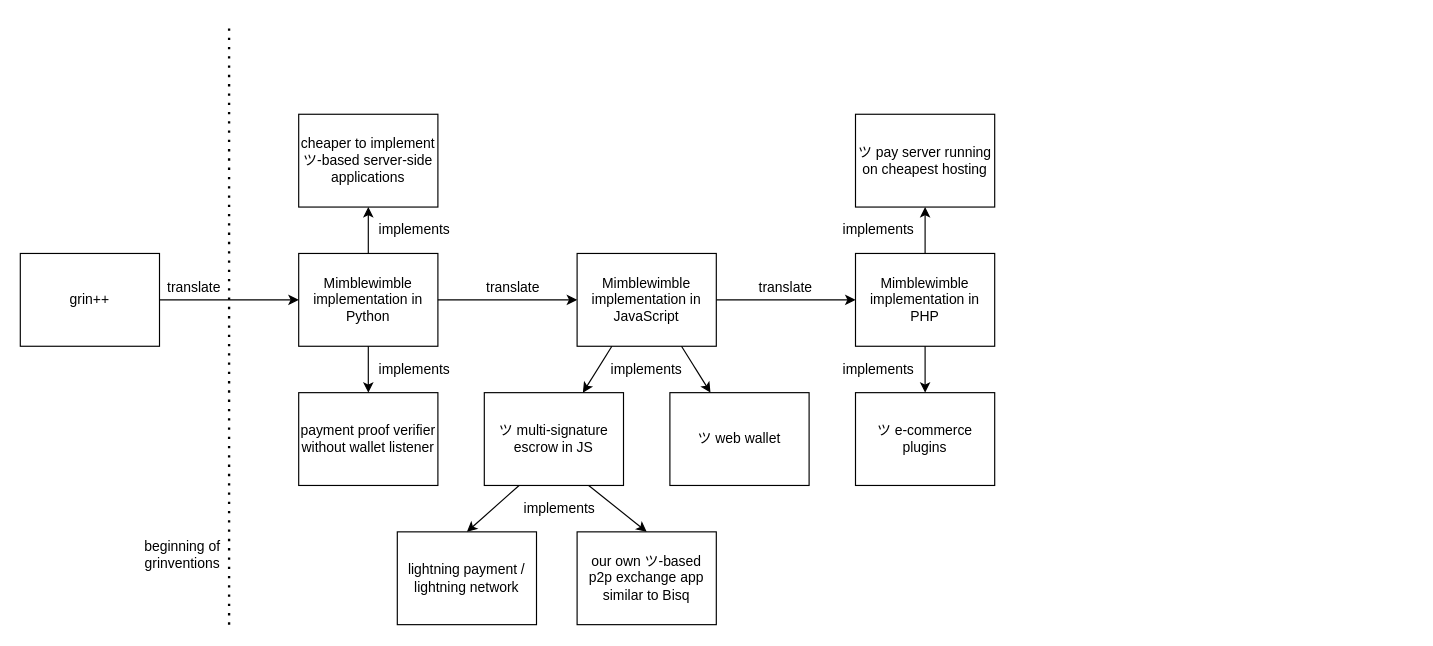
The draw.io diagram graphics/grinventions.drawio in grinventions/about, before the edit. Source tidied: cells renumbered, new cells numbered last; positions are measured from the earlier drawing's top-left corner, leaving out a move shared by most shapes. Both pictures are drawn from the tidied source at 116%, with x=0, y=0 at pixel (20, 21).
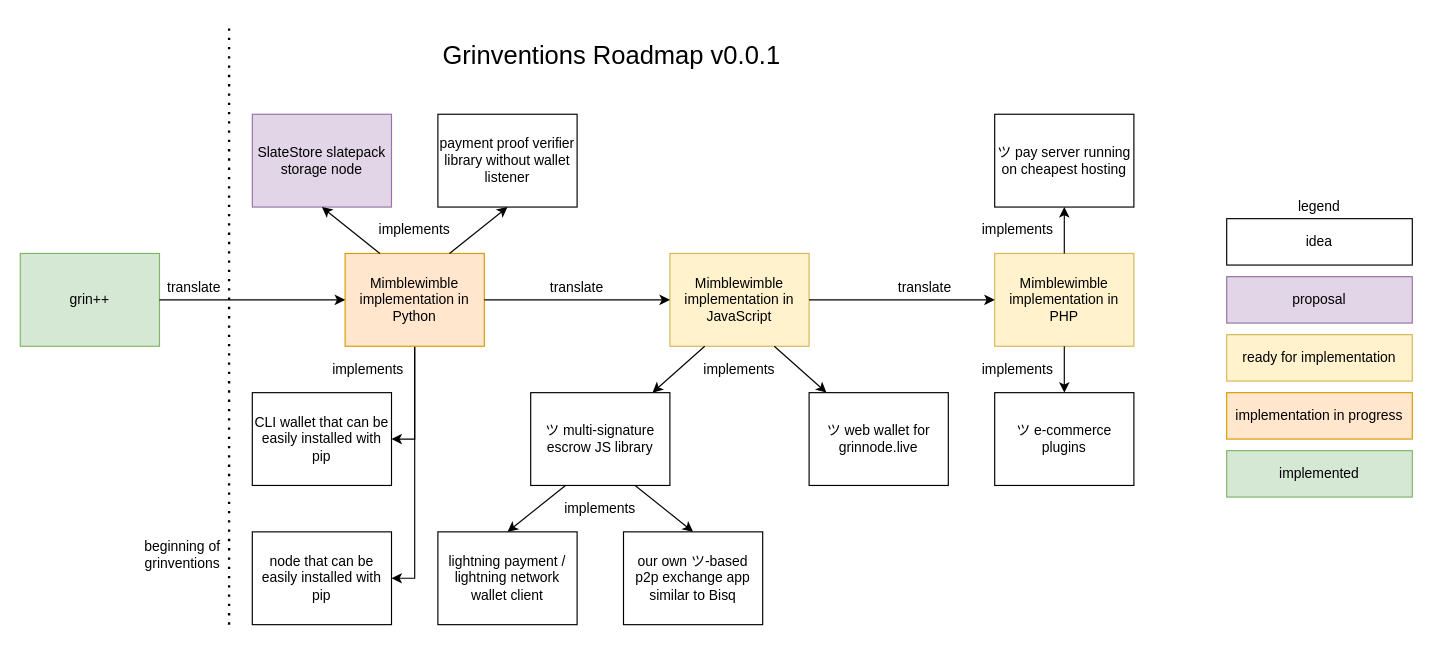
After the change.

Change to the diagram source:
```diff
@@
-    <mxCell id="2" value="grin++" style="rounded=0;whiteSpace=wrap;html=1;" parent="1" vertex="1">
+    <mxCell id="2" value="grin++" style="rounded=0;whiteSpace=wrap;html=1;fillColor=#d5e8d4;strokeColor=#82b366;" parent="1" vertex="1">
       <mxGeometry y="200" width="120" height="80" as="geometry" />
     </mxCell>
@@
+    <mxCell id="36" style="edgeStyle=orthogonalEdgeStyle;rounded=0;jettySize=auto;html=1;exitX=0.5;exitY=1;exitDx=0;exitDy=0;entryX=1;entryY=0.5;entryDx=0;entryDy=0;" parent="1" edge="1" source="5" target="44">
+      <mxGeometry relative="1" as="geometry" />
+    </mxCell>
+    <mxCell id="37" style="edgeStyle=orthogonalEdgeStyle;rounded=0;jettySize=auto;html=1;exitX=0.5;exitY=1;exitDx=0;exitDy=0;entryX=1;entryY=0.5;entryDx=0;entryDy=0;" parent="1" edge="1" source="5" target="45">
+      <mxGeometry relative="1" as="geometry" />
+    </mxCell>
-    <mxCell id="5" value="Mimblewimble implementation in Python" style="rounded=0;whiteSpace=wrap;html=1;" parent="1" vertex="1">
-      <mxGeometry x="240" y="200" width="120" height="80" as="geometry" />
+    <mxCell id="5" value="Mimblewimble implementation in Python" style="rounded=0;whiteSpace=wrap;html=1;fillColor=#ffe6cc;strokeColor=#d79b00;" parent="1" vertex="1">
+      <mxGeometry x="280" y="200" width="120" height="80" as="geometry" />
     </mxCell>
-    <mxCell id="6" value="Mimblewimble implementation in JavaScript" style="rounded=0;whiteSpace=wrap;html=1;" parent="1" vertex="1">
-      <mxGeometry x="480" y="200" width="120" height="80" as="geometry" />
+    <mxCell id="6" value="Mimblewimble implementation in JavaScript" style="rounded=0;whiteSpace=wrap;html=1;fillColor=#fff2cc;strokeColor=#d6b656;" parent="1" vertex="1">
+      <mxGeometry x="560" y="200" width="120" height="80" as="geometry" />
     </mxCell>
-    <mxCell id="7" value="Mimblewimble implementation in PHP" style="rounded=0;whiteSpace=wrap;html=1;" parent="1" vertex="1">
-      <mxGeometry x="720" y="200" width="120" height="80" as="geometry" />
+    <mxCell id="7" value="Mimblewimble implementation in PHP" style="rounded=0;whiteSpace=wrap;html=1;fillColor=#fff2cc;strokeColor=#d6b656;" parent="1" vertex="1">
+      <mxGeometry x="840" y="200" width="120" height="80" as="geometry" />
     </mxCell>
@@
-    <mxCell id="9" style="endArrow=classic;html=1;exitX=1;exitY=0.5;exitDx=0;exitDy=0;entryX=0;entryY=0.5;entryDx=0;entryDy=0;" parent="1" edge="1" target="6">
-      <mxGeometry relative="1" as="geometry">
-        <mxPoint x="360" y="240" as="sourcePoint" />
-      </mxGeometry>
+    <mxCell id="9" style="endArrow=classic;html=1;entryX=0;entryY=0.5;entryDx=0;entryDy=0;exitX=1;exitY=0.5;exitDx=0;exitDy=0;" parent="1" edge="1" source="5" target="6">
+      <mxGeometry relative="1" as="geometry" />
     </mxCell>
@@
     <mxCell id="12" value="translate" style="text;html=1;strokeColor=none;fillColor=none;align=center;verticalAlign=middle;whiteSpace=wrap;rounded=0;" parent="1" vertex="1">
-      <mxGeometry x="405" y="220" width="40" height="20" as="geometry" />
+      <mxGeometry x="460" y="220" width="40" height="20" as="geometry" />
     </mxCell>
     <mxCell id="13" value="translate" style="text;html=1;strokeColor=none;fillColor=none;align=center;verticalAlign=middle;whiteSpace=wrap;rounded=0;" parent="1" vertex="1">
-      <mxGeometry x="640" y="220" width="40" height="20" as="geometry" />
+      <mxGeometry x="760" y="220" width="40" height="20" as="geometry" />
     </mxCell>
-    <mxCell id="14" value="ツ multi-signature escrow in JS" style="rounded=0;whiteSpace=wrap;html=1;" parent="1" vertex="1">
-      <mxGeometry x="400" y="320" width="120" height="80" as="geometry" />
+    <mxCell id="14" value="ツ multi-signature escrow JS library" style="rounded=0;whiteSpace=wrap;html=1;" parent="1" vertex="1">
+      <mxGeometry x="440" y="320" width="120" height="80" as="geometry" />
     </mxCell>
-    <mxCell id="15" value="ツ web wallet" style="rounded=0;whiteSpace=wrap;html=1;" parent="1" vertex="1">
-      <mxGeometry x="560" y="320" width="120" height="80" as="geometry" />
+    <mxCell id="15" value="ツ web wallet for grinnode.live" style="rounded=0;whiteSpace=wrap;html=1;" parent="1" vertex="1">
+      <mxGeometry x="680" y="320" width="120" height="80" as="geometry" />
     </mxCell>
-    <mxCell id="16" value="payment proof verifier without wallet listener" style="rounded=0;whiteSpace=wrap;html=1;" parent="1" vertex="1">
-      <mxGeometry x="240" y="320" width="120" height="80" as="geometry" />
+    <mxCell id="16" value="payment proof verifier library without wallet listener" style="rounded=0;whiteSpace=wrap;html=1;" parent="1" vertex="1">
+      <mxGeometry x="360" y="80" width="120" height="80" as="geometry" />
     </mxCell>
-    <mxCell id="17" style="endArrow=classic;html=1;exitX=0.5;exitY=1;exitDx=0;exitDy=0;entryX=0.5;entryY=0;entryDx=0;entryDy=0;" parent="1" edge="1" source="5" target="16">
-      <mxGeometry relative="1" as="geometry" />
+    <mxCell id="17" style="endArrow=classic;html=1;entryX=0.5;entryY=1;entryDx=0;entryDy=0;" parent="1" edge="1" target="16">
+      <mxGeometry relative="1" as="geometry">
+        <mxPoint x="370" y="200" as="sourcePoint" />
+      </mxGeometry>
     </mxCell>
@@
     <mxCell id="20" value="ツ e-commerce plugins" style="rounded=0;whiteSpace=wrap;html=1;" parent="1" vertex="1">
-      <mxGeometry x="720" y="320" width="120" height="80" as="geometry" />
+      <mxGeometry x="840" y="320" width="120" height="80" as="geometry" />
     </mxCell>
@@
     <mxCell id="22" value="ツ pay server running on cheapest hosting" style="rounded=0;whiteSpace=wrap;html=1;" parent="1" vertex="1">
-      <mxGeometry x="720" y="80" width="120" height="80" as="geometry" />
+      <mxGeometry x="840" y="80" width="120" height="80" as="geometry" />
     </mxCell>
@@
     <mxCell id="24" value="our own ツ-based p2p exchange app similar to Bisq" style="rounded=0;whiteSpace=wrap;html=1;" parent="1" vertex="1">
-      <mxGeometry x="480" y="440" width="120" height="80" as="geometry" />
+      <mxGeometry x="520" y="440" width="120" height="80" as="geometry" />
     </mxCell>
@@
     <mxCell id="26" value="implements" style="text;html=1;strokeColor=none;fillColor=none;align=center;verticalAlign=middle;whiteSpace=wrap;rounded=0;" parent="1" vertex="1">
-      <mxGeometry x="320" y="290" width="40" height="20" as="geometry" />
+      <mxGeometry x="280" y="290" width="40" height="20" as="geometry" />
     </mxCell>
     <mxCell id="27" value="implements" style="text;html=1;strokeColor=none;fillColor=none;align=center;verticalAlign=middle;whiteSpace=wrap;rounded=0;" parent="1" vertex="1">
-      <mxGeometry x="520" y="290" width="40" height="20" as="geometry" />
+      <mxGeometry x="600" y="290" width="40" height="20" as="geometry" />
     </mxCell>
     <mxCell id="28" value="implements" style="text;html=1;strokeColor=none;fillColor=none;align=center;verticalAlign=middle;whiteSpace=wrap;rounded=0;" parent="1" vertex="1">
-      <mxGeometry x="445" y="410" width="40" height="20" as="geometry" />
+      <mxGeometry x="480" y="410" width="40" height="20" as="geometry" />
     </mxCell>
     <mxCell id="29" value="implements" style="text;html=1;strokeColor=none;fillColor=none;align=center;verticalAlign=middle;whiteSpace=wrap;rounded=0;" parent="1" vertex="1">
-      <mxGeometry x="720" y="170" width="40" height="20" as="geometry" />
+      <mxGeometry x="840" y="170" width="40" height="20" as="geometry" />
     </mxCell>
     <mxCell id="30" value="implements" style="text;html=1;strokeColor=none;fillColor=none;align=center;verticalAlign=middle;whiteSpace=wrap;rounded=0;" parent="1" vertex="1">
-      <mxGeometry x="720" y="290" width="40" height="20" as="geometry" />
+      <mxGeometry x="840" y="290" width="40" height="20" as="geometry" />
     </mxCell>
-    <mxCell id="31" value="cheaper to implement ツ-based server-side applications" style="rounded=0;whiteSpace=wrap;html=1;" parent="1" vertex="1">
-      <mxGeometry x="240" y="80" width="120" height="80" as="geometry" />
+    <mxCell id="31" value="SlateStore slatepack storage node" style="rounded=0;whiteSpace=wrap;html=1;fillColor=#e1d5e7;strokeColor=#9673a6;" parent="1" vertex="1">
+      <mxGeometry x="200" y="80" width="120" height="80" as="geometry" />
     </mxCell>
-    <mxCell id="32" style="endArrow=classic;html=1;exitX=0.5;exitY=0;exitDx=0;exitDy=0;entryX=0.5;entryY=1;entryDx=0;entryDy=0;" parent="1" edge="1" source="5" target="31">
+    <mxCell id="32" style="endArrow=classic;html=1;exitX=0.25;exitY=0;exitDx=0;exitDy=0;entryX=0.5;entryY=1;entryDx=0;entryDy=0;" parent="1" edge="1" source="5" target="31">
       <mxGeometry relative="1" as="geometry" />
     </mxCell>
@@
-    <mxCell id="34" value="lightning payment / lightning network" style="rounded=0;whiteSpace=wrap;html=1;" parent="1" vertex="1">
-      <mxGeometry x="325" y="440" width="120" height="80" as="geometry" />
+    <mxCell id="34" value="lightning payment / lightning network wallet client" style="rounded=0;whiteSpace=wrap;html=1;" parent="1" vertex="1">
+      <mxGeometry x="360" y="440" width="120" height="80" as="geometry" />
     </mxCell>
@@
+    <mxCell id="38" value="legend" style="text;html=1;strokeColor=none;fillColor=none;align=center;verticalAlign=middle;whiteSpace=wrap;rounded=0;" parent="1" vertex="1">
+      <mxGeometry x="1100" y="150" width="40" height="20" as="geometry" />
+    </mxCell>
+    <mxCell id="39" value="idea" style="rounded=0;whiteSpace=wrap;html=1;" parent="1" vertex="1">
+      <mxGeometry x="1040" y="170" width="160" height="40" as="geometry" />
+    </mxCell>
+    <mxCell id="40" value="implemented" style="rounded=0;whiteSpace=wrap;html=1;fillColor=#d5e8d4;strokeColor=#82b366;" parent="1" vertex="1">
+      <mxGeometry x="1040" y="370" width="160" height="40" as="geometry" />
+    </mxCell>
+    <mxCell id="41" value="implementation in progress" style="rounded=0;whiteSpace=wrap;html=1;fillColor=#ffe6cc;strokeColor=#d79b00;" parent="1" vertex="1">
+      <mxGeometry x="1040" y="320" width="160" height="40" as="geometry" />
+    </mxCell>
+    <mxCell id="42" value="proposal" style="rounded=0;whiteSpace=wrap;html=1;fillColor=#e1d5e7;strokeColor=#9673a6;" parent="1" vertex="1">
+      <mxGeometry x="1040" y="220" width="160" height="40" as="geometry" />
+    </mxCell>
+    <mxCell id="43" value="ready for implementation" style="rounded=0;whiteSpace=wrap;html=1;fillColor=#fff2cc;strokeColor=#d6b656;" parent="1" vertex="1">
+      <mxGeometry x="1040" y="270" width="160" height="40" as="geometry" />
+    </mxCell>
+    <mxCell id="44" value="CLI wallet that can be easily installed with pip" style="rounded=0;whiteSpace=wrap;html=1;" parent="1" vertex="1">
+      <mxGeometry x="200" y="320" width="120" height="80" as="geometry" />
+    </mxCell>
+    <mxCell id="45" value="node that can be easily installed with pip" style="rounded=0;whiteSpace=wrap;html=1;" parent="1" vertex="1">
+      <mxGeometry x="200" y="440" width="120" height="80" as="geometry" />
+    </mxCell>
+    <mxCell id="46" value="Grinventions Roadmap v0.0.1" style="text;html=1;strokeColor=none;fillColor=none;align=center;verticalAlign=middle;whiteSpace=wrap;rounded=0;fontSize=22;" parent="1" vertex="1">
+      <mxGeometry x="10" y="20" width="1000" height="20" as="geometry" />
+    </mxCell>
```
